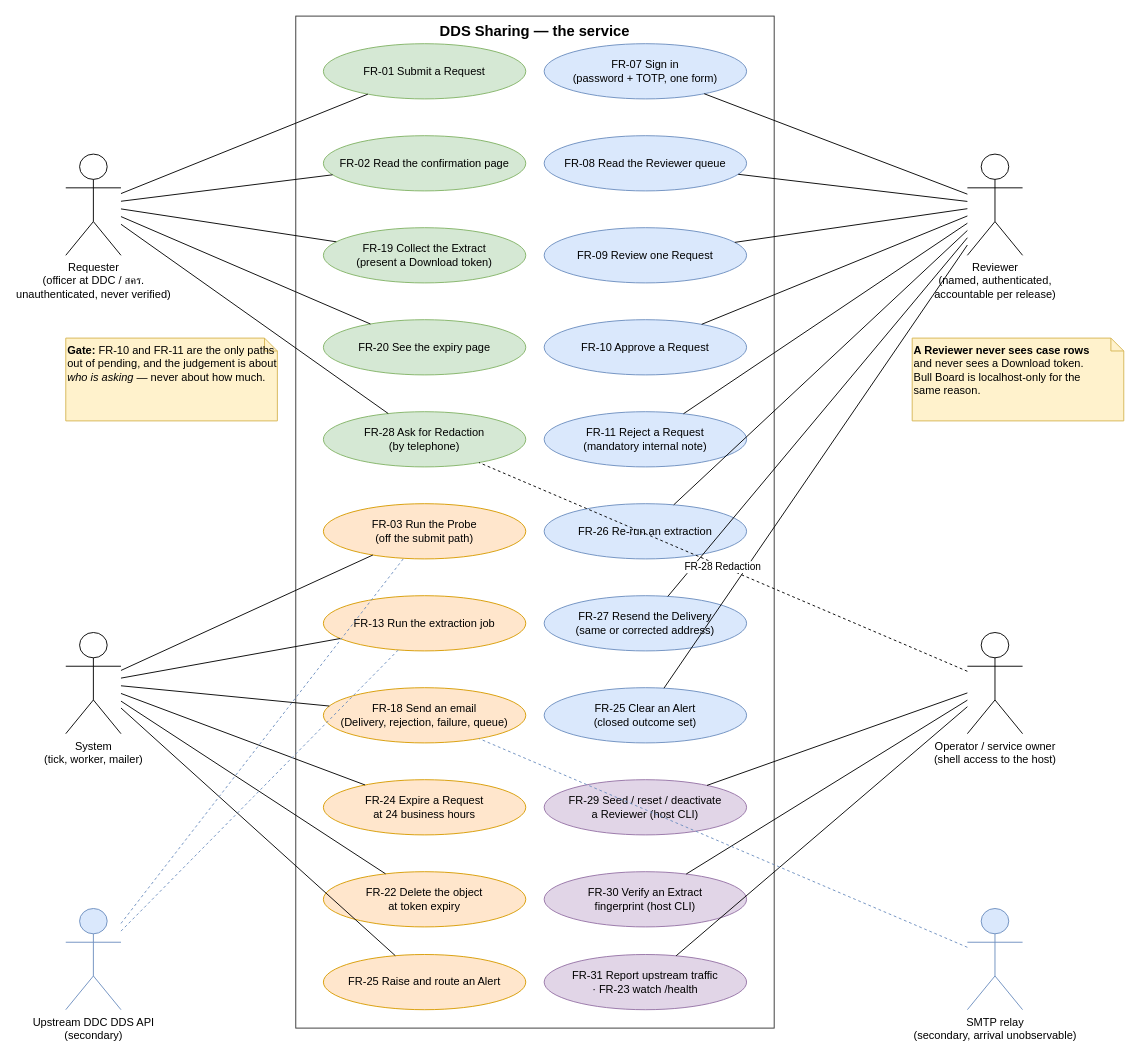
rawinan-soma/dds-sharing keeps this draw.io diagram as docs/diagrams/use-case.drawio. Above is the earlier version. Source tidied: cells renumbered, new cells numbered last; positions are measured from the earlier drawing's top-left corner, leaving out a move shared by most shapes. Both pictures are drawn from the tidied source at 92%, with x=0, y=0 at pixel (65, 16).
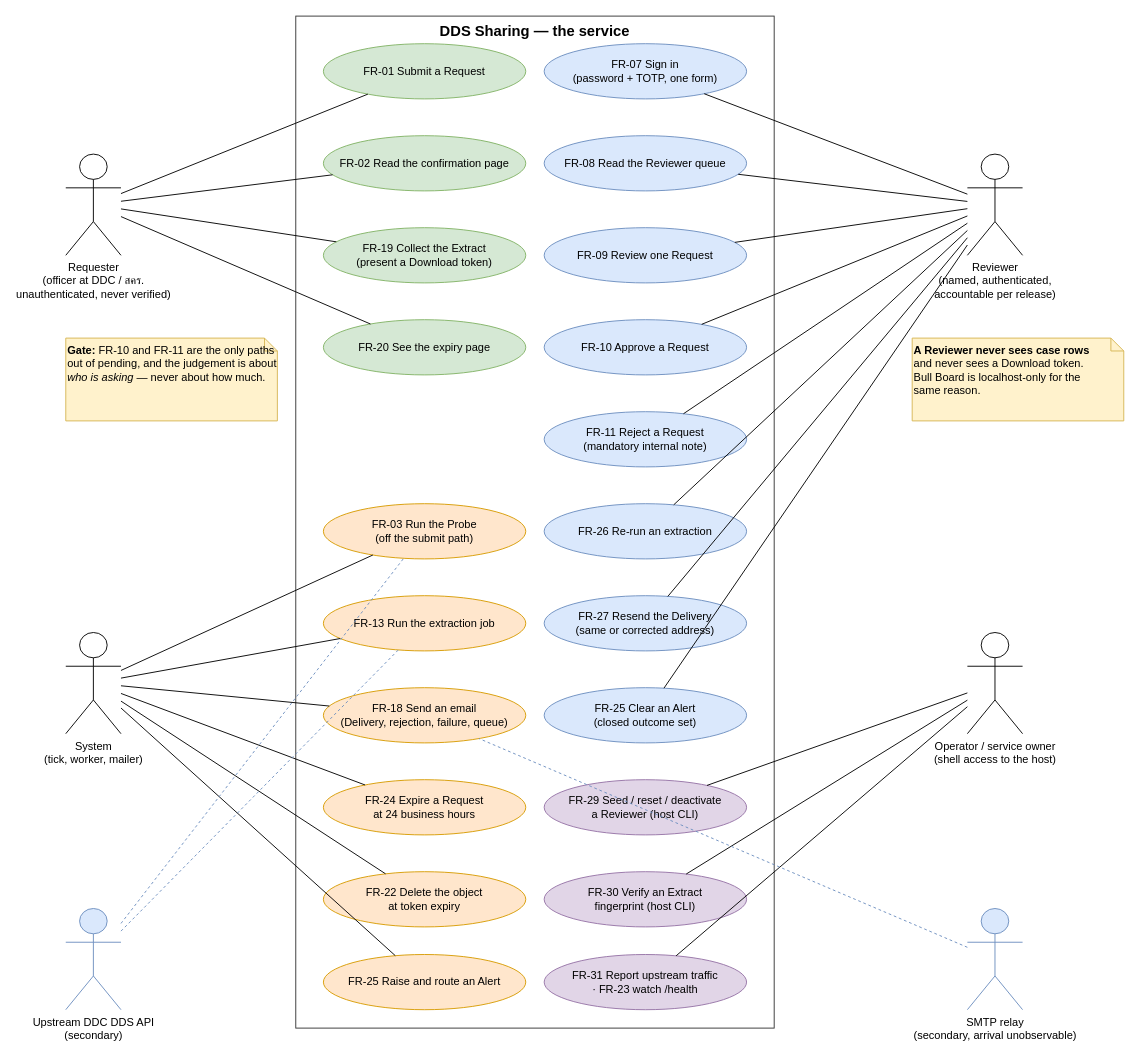
The same diagram, later.

Unchanged cells that the change refers to:
```xml
<mxCell id="3" value="Requester&#10;(officer at DDC / สคร.&#10;unauthenticated, never verified)" style="shape=umlActor;verticalLabelPosition=bottom;verticalAlign=top;html=1;outlineConnect=0;" parent="1" vertex="1">
  <mxGeometry y="150" width="60" height="110" as="geometry" />
</mxCell>
<mxCell id="6" value="Operator / service owner&#10;(shell access to the host)" style="shape=umlActor;verticalLabelPosition=bottom;verticalAlign=top;html=1;outlineConnect=0;" parent="1" vertex="1">
  <mxGeometry x="980" y="670" width="60" height="110" as="geometry" />
</mxCell>
```

The edit, as a diff of the source:
```diff
@@
-    <mxCell id="13" value="FR-28 Ask for Redaction&#10;(by telephone)" style="ellipse;whiteSpace=wrap;html=1;fillColor=#d5e8d4;strokeColor=#82b366;" parent="1" vertex="1">
-      <mxGeometry x="280" y="430" width="220" height="60" as="geometry" />
-    </mxCell>
@@
-    <mxCell id="35" style="endArrow=none;html=1;" parent="1" edge="1" source="3" target="13">
-      <mxGeometry relative="1" as="geometry" />
-    </mxCell>
@@
-    <mxCell id="53" value="FR-28 Redaction" style="endArrow=none;html=1;dashed=1;" parent="1" edge="1" source="6" target="13">
-      <mxGeometry relative="1" as="geometry" />
-    </mxCell>
```
